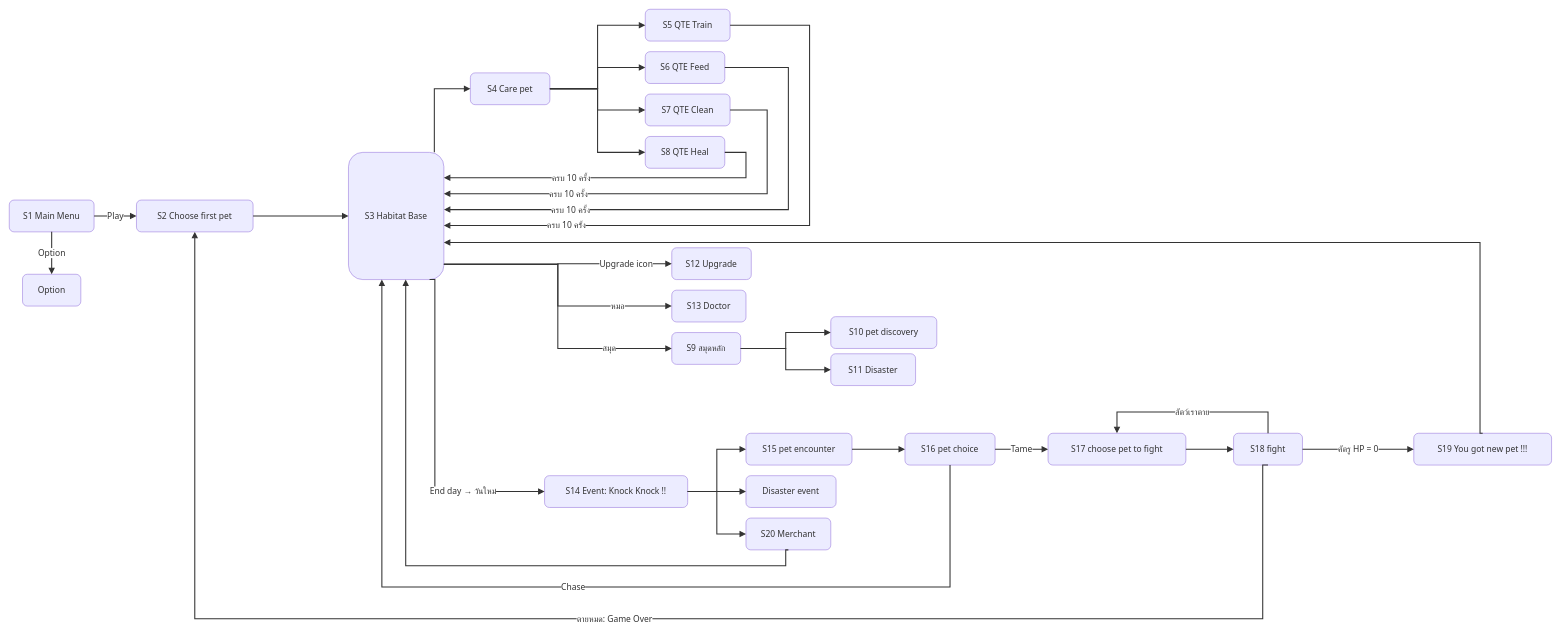
This is BEPAL/Docs/GDD/diagrams/scene-breakdown.drawio from SShoww/CoProjectBepal, a draw.io file, before an edit. Source tidied: cells renumbered, new cells numbered last; positions are measured from the earlier drawing's top-left corner, leaving out a move shared by most shapes. Both pictures are drawn from the tidied source at 53%, with x=0, y=0 at pixel (9, 9).
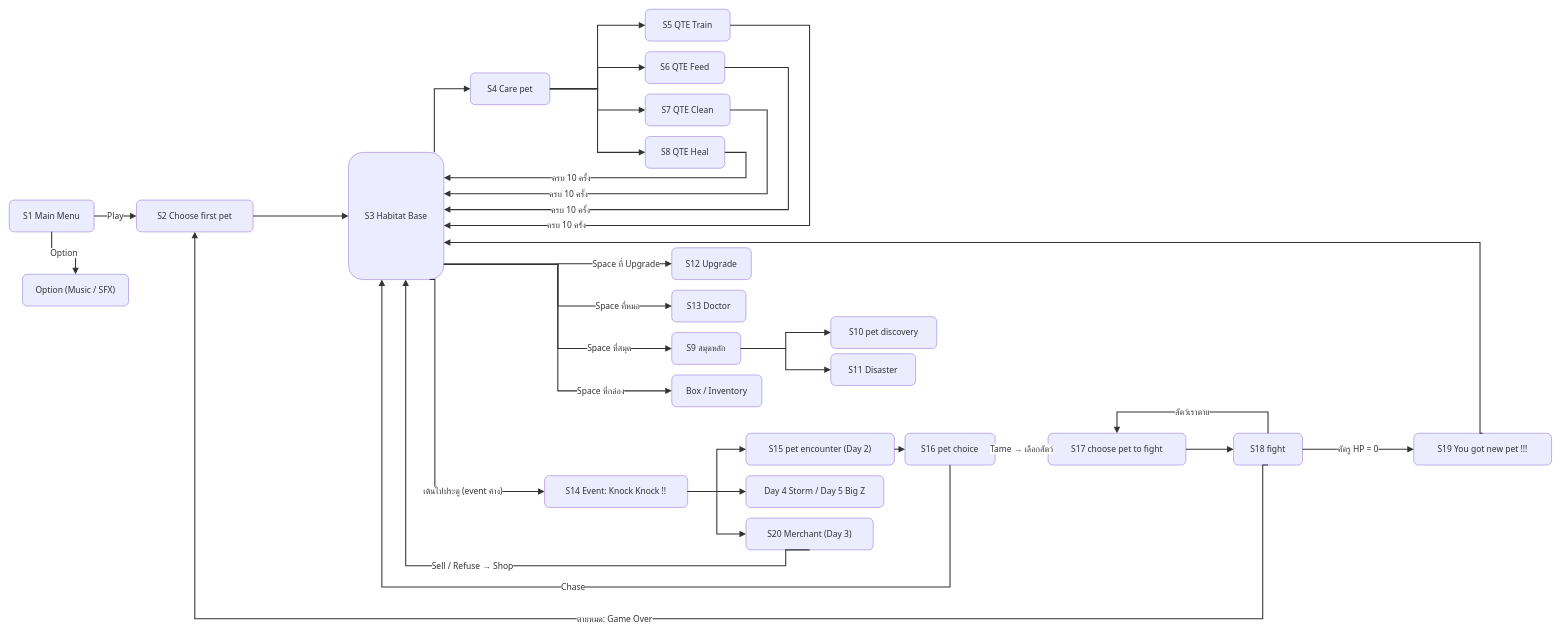
The same diagram, later.

The change refers to these unchanged cells:
```xml
<mxCell id="5" value="S3 Habitat Base" style="html=1;whiteSpace=wrap;strokeWidth=1;fillColor=light-dark(#ECECFF,#1f2020);strokeColor=light-dark(#9370DB,#cccccc);fontColor=light-dark(#333333,#cccccc);fontFamily=Tahoma,Leelawadee UI,Trebuchet MS,sans-serif;fontSize=16;rounded=1;" parent="1" vertex="1">
  <mxGeometry x="640" y="270" width="180" height="240" as="geometry" />
</mxCell>
<mxCell id="11" value="S12 Upgrade" style="html=1;whiteSpace=wrap;strokeWidth=1;fillColor=light-dark(#ECECFF,#1f2020);strokeColor=light-dark(#9370DB,#cccccc);fontColor=light-dark(#333333,#cccccc);fontFamily=Tahoma,Leelawadee UI,Trebuchet MS,sans-serif;fontSize=16;rounded=1;" parent="1" vertex="1">
  <mxGeometry x="1250" y="450" width="150" height="60" as="geometry" />
</mxCell>
<mxCell id="12" value="S13 Doctor" style="html=1;whiteSpace=wrap;strokeWidth=1;fillColor=light-dark(#ECECFF,#1f2020);strokeColor=light-dark(#9370DB,#cccccc);fontColor=light-dark(#333333,#cccccc);fontFamily=Tahoma,Leelawadee UI,Trebuchet MS,sans-serif;fontSize=16;rounded=1;" parent="1" vertex="1">
  <mxGeometry x="1250" y="530" width="140" height="60" as="geometry" />
</mxCell>
<mxCell id="13" value="S9 สมุดหลัก" style="html=1;whiteSpace=wrap;strokeWidth=1;fillColor=light-dark(#ECECFF,#1f2020);strokeColor=light-dark(#9370DB,#cccccc);fontColor=light-dark(#333333,#cccccc);fontFamily=Tahoma,Leelawadee UI,Trebuchet MS,sans-serif;fontSize=16;rounded=1;" parent="1" vertex="1">
  <mxGeometry x="1250" y="610" width="130" height="60" as="geometry" />
</mxCell>
<mxCell id="16" value="S14 Event: Knock Knock !!" style="html=1;whiteSpace=wrap;strokeWidth=1;fillColor=light-dark(#ECECFF,#1f2020);strokeColor=light-dark(#9370DB,#cccccc);fontColor=light-dark(#333333,#cccccc);fontFamily=Tahoma,Leelawadee UI,Trebuchet MS,sans-serif;fontSize=16;rounded=1;" parent="1" vertex="1">
  <mxGeometry x="1010" y="880" width="270" height="60" as="geometry" />
</mxCell>
<mxCell id="20" value="S16 pet choice" style="html=1;whiteSpace=wrap;strokeWidth=1;fillColor=light-dark(#ECECFF,#1f2020);strokeColor=light-dark(#9370DB,#cccccc);fontColor=light-dark(#333333,#cccccc);fontFamily=Tahoma,Leelawadee UI,Trebuchet MS,sans-serif;fontSize=16;rounded=1;" parent="1" vertex="1">
  <mxGeometry x="1690" y="800" width="170" height="60" as="geometry" />
</mxCell>
<mxCell id="21" value="S17 choose pet to fight" style="html=1;whiteSpace=wrap;strokeWidth=1;fillColor=light-dark(#ECECFF,#1f2020);strokeColor=light-dark(#9370DB,#cccccc);fontColor=light-dark(#333333,#cccccc);fontFamily=Tahoma,Leelawadee UI,Trebuchet MS,sans-serif;fontSize=16;rounded=1;" parent="1" vertex="1">
  <mxGeometry x="1960" y="800" width="260" height="60" as="geometry" />
</mxCell>
```

Diff of the diagram source:
```diff
@@
-    <mxCell id="3" value="Option" style="html=1;whiteSpace=wrap;strokeWidth=1;fillColor=light-dark(#ECECFF,#1f2020);strokeColor=light-dark(#9370DB,#cccccc);fontColor=light-dark(#333333,#cccccc);fontFamily=Tahoma,Leelawadee UI,Trebuchet MS,sans-serif;fontSize=16;rounded=1;" parent="1" vertex="1">
-      <mxGeometry x="25" y="500" width="110" height="60" as="geometry" />
+    <mxCell id="3" value="Option (Music / SFX)" style="html=1;whiteSpace=wrap;strokeWidth=1;fillColor=light-dark(#ECECFF,#1f2020);strokeColor=light-dark(#9370DB,#cccccc);fontColor=light-dark(#333333,#cccccc);fontFamily=Tahoma,Leelawadee UI,Trebuchet MS,sans-serif;fontSize=16;rounded=1;" parent="1" vertex="1">
+      <mxGeometry x="25" y="500" width="200" height="60" as="geometry" />
     </mxCell>
@@
-    <mxCell id="17" value="S15 pet encounter" style="html=1;whiteSpace=wrap;strokeWidth=1;fillColor=light-dark(#ECECFF,#1f2020);strokeColor=light-dark(#9370DB,#cccccc);fontColor=light-dark(#333333,#cccccc);fontFamily=Tahoma,Leelawadee UI,Trebuchet MS,sans-serif;fontSize=16;rounded=1;" parent="1" vertex="1">
-      <mxGeometry x="1390" y="800" width="200" height="60" as="geometry" />
+    <mxCell id="17" value="S15 pet encounter (Day 2)" style="html=1;whiteSpace=wrap;strokeWidth=1;fillColor=light-dark(#ECECFF,#1f2020);strokeColor=light-dark(#9370DB,#cccccc);fontColor=light-dark(#333333,#cccccc);fontFamily=Tahoma,Leelawadee UI,Trebuchet MS,sans-serif;fontSize=16;rounded=1;" parent="1" vertex="1">
+      <mxGeometry x="1390" y="800" width="280" height="60" as="geometry" />
     </mxCell>
-    <mxCell id="18" value="Disaster event" style="html=1;whiteSpace=wrap;strokeWidth=1;fillColor=light-dark(#ECECFF,#1f2020);strokeColor=light-dark(#9370DB,#cccccc);fontColor=light-dark(#333333,#cccccc);fontFamily=Tahoma,Leelawadee UI,Trebuchet MS,sans-serif;fontSize=16;rounded=1;" parent="1" vertex="1">
-      <mxGeometry x="1390" y="880" width="170" height="60" as="geometry" />
+    <mxCell id="18" value="Day 4 Storm / Day 5 Big Z" style="html=1;whiteSpace=wrap;strokeWidth=1;fillColor=light-dark(#ECECFF,#1f2020);strokeColor=light-dark(#9370DB,#cccccc);fontColor=light-dark(#333333,#cccccc);fontFamily=Tahoma,Leelawadee UI,Trebuchet MS,sans-serif;fontSize=16;rounded=1;" parent="1" vertex="1">
+      <mxGeometry x="1390" y="880" width="260" height="60" as="geometry" />
     </mxCell>
-    <mxCell id="19" value="S20 Merchant" style="html=1;whiteSpace=wrap;strokeWidth=1;fillColor=light-dark(#ECECFF,#1f2020);strokeColor=light-dark(#9370DB,#cccccc);fontColor=light-dark(#333333,#cccccc);fontFamily=Tahoma,Leelawadee UI,Trebuchet MS,sans-serif;fontSize=16;rounded=1;" parent="1" vertex="1">
-      <mxGeometry x="1390" y="960" width="160" height="60" as="geometry" />
+    <mxCell id="19" value="S20 Merchant (Day 3)" style="html=1;whiteSpace=wrap;strokeWidth=1;fillColor=light-dark(#ECECFF,#1f2020);strokeColor=light-dark(#9370DB,#cccccc);fontColor=light-dark(#333333,#cccccc);fontFamily=Tahoma,Leelawadee UI,Trebuchet MS,sans-serif;fontSize=16;rounded=1;" parent="1" vertex="1">
+      <mxGeometry x="1390" y="960" width="240" height="60" as="geometry" />
     </mxCell>
@@
-    <mxCell id="36" value="สมุด" style="edgeStyle=orthogonalEdgeStyle;rounded=0;html=1;startArrow=none;endArrow=block;endSize=7;strokeWidth=2;strokeColor=light-dark(#333333,#cccccc);labelBackgroundColor=default;fontColor=light-dark(#333333,#cccccc);fontFamily=Tahoma,Leelawadee UI,Trebuchet MS,sans-serif;fontSize=16;exitX=1;exitY=0.88;exitDx=0;exitDy=0;entryX=0;entryY=0.5;entryDx=0;entryDy=0;" parent="1" edge="1" source="5" target="13">
+    <mxCell id="36" value="Space ที่สมุด" style="edgeStyle=orthogonalEdgeStyle;rounded=0;html=1;startArrow=none;endArrow=block;endSize=7;strokeWidth=2;strokeColor=light-dark(#333333,#cccccc);labelBackgroundColor=default;fontColor=light-dark(#333333,#cccccc);fontFamily=Tahoma,Leelawadee UI,Trebuchet MS,sans-serif;fontSize=16;exitX=1;exitY=0.88;exitDx=0;exitDy=0;entryX=0;entryY=0.5;entryDx=0;entryDy=0;" parent="1" edge="1" source="5" target="13">
       <mxGeometry x="0.6" relative="1" as="geometry" />
     </mxCell>
@@
-    <mxCell id="39" value="Upgrade icon" style="edgeStyle=orthogonalEdgeStyle;rounded=0;html=1;startArrow=none;endArrow=block;endSize=7;strokeWidth=2;strokeColor=light-dark(#333333,#cccccc);labelBackgroundColor=default;fontColor=light-dark(#333333,#cccccc);fontFamily=Tahoma,Leelawadee UI,Trebuchet MS,sans-serif;fontSize=16;exitX=1;exitY=0.88;exitDx=0;exitDy=0;entryX=0;entryY=0.5;entryDx=0;entryDy=0;" parent="1" edge="1" source="5" target="11">
+    <mxCell id="39" value="Space ที่ Upgrade" style="edgeStyle=orthogonalEdgeStyle;rounded=0;html=1;startArrow=none;endArrow=block;endSize=7;strokeWidth=2;strokeColor=light-dark(#333333,#cccccc);labelBackgroundColor=default;fontColor=light-dark(#333333,#cccccc);fontFamily=Tahoma,Leelawadee UI,Trebuchet MS,sans-serif;fontSize=16;exitX=1;exitY=0.88;exitDx=0;exitDy=0;entryX=0;entryY=0.5;entryDx=0;entryDy=0;" parent="1" edge="1" source="5" target="11">
       <mxGeometry x="0.6" relative="1" as="geometry" />
     </mxCell>
-    <mxCell id="40" value="หมอ" style="edgeStyle=orthogonalEdgeStyle;rounded=0;html=1;startArrow=none;endArrow=block;endSize=7;strokeWidth=2;strokeColor=light-dark(#333333,#cccccc);labelBackgroundColor=default;fontColor=light-dark(#333333,#cccccc);fontFamily=Tahoma,Leelawadee UI,Trebuchet MS,sans-serif;fontSize=16;exitX=1;exitY=0.88;exitDx=0;exitDy=0;entryX=0;entryY=0.5;entryDx=0;entryDy=0;" parent="1" edge="1" source="5" target="12">
+    <mxCell id="40" value="Space ที่หมอ" style="edgeStyle=orthogonalEdgeStyle;rounded=0;html=1;startArrow=none;endArrow=block;endSize=7;strokeWidth=2;strokeColor=light-dark(#333333,#cccccc);labelBackgroundColor=default;fontColor=light-dark(#333333,#cccccc);fontFamily=Tahoma,Leelawadee UI,Trebuchet MS,sans-serif;fontSize=16;exitX=1;exitY=0.88;exitDx=0;exitDy=0;entryX=0;entryY=0.5;entryDx=0;entryDy=0;" parent="1" edge="1" source="5" target="12">
       <mxGeometry x="0.6" relative="1" as="geometry" />
     </mxCell>
-    <mxCell id="41" value="End day → วันใหม่" style="edgeStyle=orthogonalEdgeStyle;rounded=0;html=1;startArrow=none;endArrow=block;endSize=7;strokeWidth=2;strokeColor=light-dark(#333333,#cccccc);labelBackgroundColor=default;fontColor=light-dark(#333333,#cccccc);fontFamily=Tahoma,Leelawadee UI,Trebuchet MS,sans-serif;fontSize=16;exitX=0.85;exitY=1;exitDx=0;exitDy=0;entryX=0;entryY=0.5;entryDx=0;entryDy=0;" parent="1" edge="1" source="5" target="16">
+    <mxCell id="41" value="เดินไปประตู (event ค้าง)" style="edgeStyle=orthogonalEdgeStyle;rounded=0;html=1;startArrow=none;endArrow=block;endSize=7;strokeWidth=2;strokeColor=light-dark(#333333,#cccccc);labelBackgroundColor=default;fontColor=light-dark(#333333,#cccccc);fontFamily=Tahoma,Leelawadee UI,Trebuchet MS,sans-serif;fontSize=16;exitX=0.85;exitY=1;exitDx=0;exitDy=0;entryX=0;entryY=0.5;entryDx=0;entryDy=0;" parent="1" edge="1" source="5" target="16">
       <mxGeometry x="0.5" relative="1" as="geometry">
         <Array as="points">
           <mxPoint x="803" y="910" />
         </Array>
       </mxGeometry>
     </mxCell>
@@
-    <mxCell id="47" value="Tame" style="edgeStyle=orthogonalEdgeStyle;rounded=0;html=1;startArrow=none;endArrow=block;endSize=7;strokeWidth=2;strokeColor=light-dark(#333333,#cccccc);labelBackgroundColor=default;fontColor=light-dark(#333333,#cccccc);fontFamily=Tahoma,Leelawadee UI,Trebuchet MS,sans-serif;fontSize=16;exitX=1;exitY=0.5;exitDx=0;exitDy=0;entryX=0;entryY=0.5;entryDx=0;entryDy=0;" parent="1" edge="1" source="20" target="21">
+    <mxCell id="47" value="Tame → เลือกสัตว์" style="edgeStyle=orthogonalEdgeStyle;rounded=0;html=1;startArrow=none;endArrow=block;endSize=7;strokeWidth=2;strokeColor=light-dark(#333333,#cccccc);labelBackgroundColor=default;fontColor=light-dark(#333333,#cccccc);fontFamily=Tahoma,Leelawadee UI,Trebuchet MS,sans-serif;fontSize=16;exitX=1;exitY=0.5;exitDx=0;exitDy=0;entryX=0;entryY=0.5;entryDx=0;entryDy=0;" parent="1" edge="1" source="20" target="21">
       <mxGeometry relative="1" as="geometry" />
     </mxCell>
@@
-    <mxCell id="53" style="edgeStyle=orthogonalEdgeStyle;rounded=0;html=1;startArrow=none;endArrow=block;endSize=7;strokeWidth=2;strokeColor=light-dark(#333333,#cccccc);labelBackgroundColor=default;fontColor=light-dark(#333333,#cccccc);fontFamily=Tahoma,Leelawadee UI,Trebuchet MS,sans-serif;fontSize=16;exitX=0.5;exitY=1;exitDx=0;exitDy=0;entryX=0.6;entryY=1;entryDx=0;entryDy=0;" parent="1" edge="1" source="19" target="5">
+    <mxCell id="53" value="Sell / Refuse → Shop" style="edgeStyle=orthogonalEdgeStyle;rounded=0;html=1;startArrow=none;endArrow=block;endSize=7;strokeWidth=2;strokeColor=light-dark(#333333,#cccccc);labelBackgroundColor=default;fontColor=light-dark(#333333,#cccccc);fontFamily=Tahoma,Leelawadee UI,Trebuchet MS,sans-serif;fontSize=16;exitX=0.5;exitY=1;exitDx=0;exitDy=0;entryX=0.6;entryY=1;entryDx=0;entryDy=0;" parent="1" edge="1" source="19" target="5">
       <mxGeometry relative="1" as="geometry">
         <Array as="points">
           <mxPoint x="1465" y="1050" />
           <mxPoint x="748" y="1050" />
         </Array>
       </mxGeometry>
     </mxCell>
+    <mxCell id="54" value="Box / Inventory" style="html=1;whiteSpace=wrap;strokeWidth=1;fillColor=light-dark(#ECECFF,#1f2020);strokeColor=light-dark(#9370DB,#cccccc);fontColor=light-dark(#333333,#cccccc);fontFamily=Tahoma,Leelawadee UI,Trebuchet MS,sans-serif;fontSize=16;rounded=1;" parent="1" vertex="1">
+      <mxGeometry x="1250" y="690" width="170" height="60" as="geometry" />
+    </mxCell>
+    <mxCell id="55" value="Space ที่กล่อง" style="edgeStyle=orthogonalEdgeStyle;rounded=0;html=1;startArrow=none;endArrow=block;endSize=7;strokeWidth=2;strokeColor=light-dark(#333333,#cccccc);labelBackgroundColor=default;fontColor=light-dark(#333333,#cccccc);fontFamily=Tahoma,Leelawadee UI,Trebuchet MS,sans-serif;fontSize=16;exitX=1;exitY=0.88;exitDx=0;exitDy=0;entryX=0;entryY=0.5;entryDx=0;entryDy=0;" parent="1" edge="1" source="5" target="54">
+      <mxGeometry x="0.6" relative="1" as="geometry" />
+    </mxCell>
```
